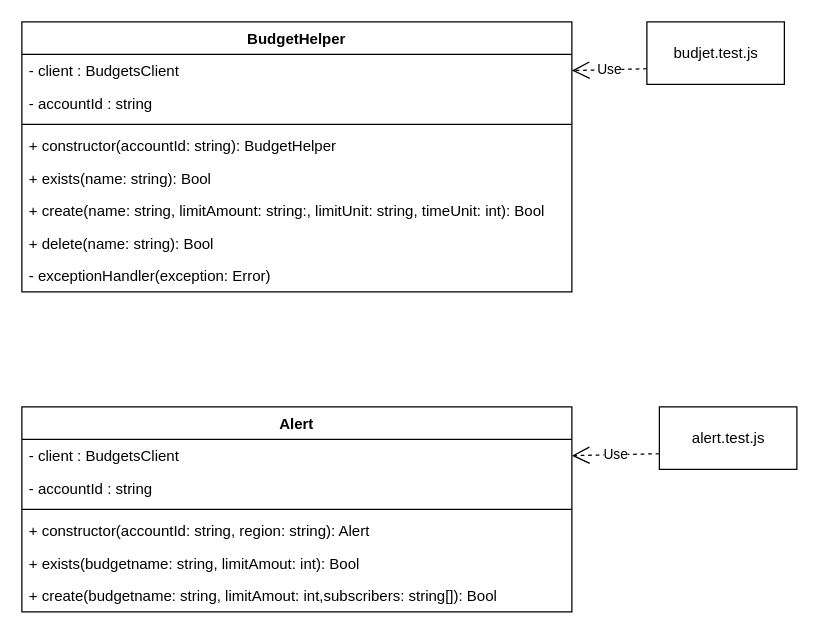
Earlier version of the draw.io diagram doc/class_diagram.drawio (NicolasGlassey/VIR1-COST). Source tidied: cells renumbered, new cells numbered last; positions are measured from the earlier drawing's top-left corner, leaving out a move shared by most shapes. Both pictures are drawn from the tidied source at 125%, with x=0, y=0 at pixel (21, 21).
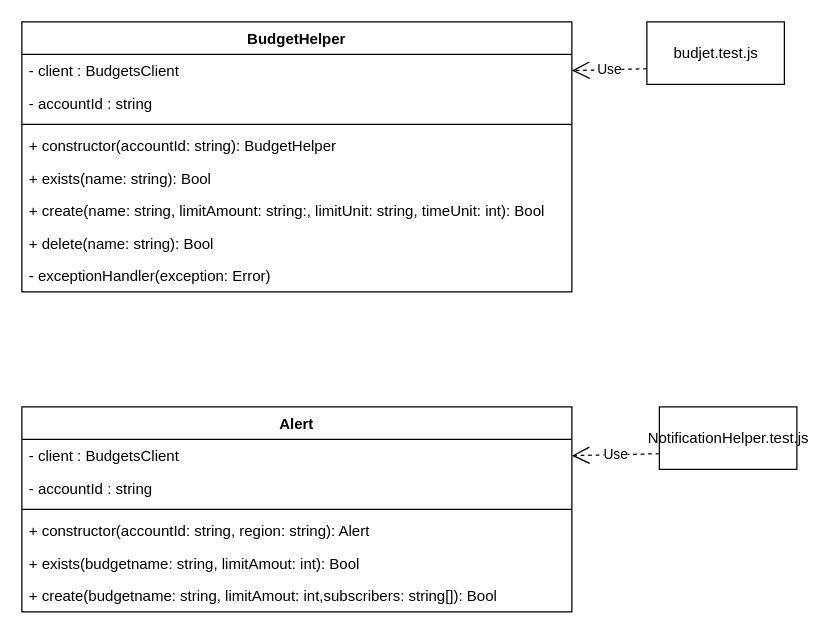
The same page after the edit.

Commit message (it also covers changes not shown here):
rename Alert to NotifiactionHelper

The edit, as a diff of the source:
```diff
@@
-    <mxCell id="20" value="alert.test.js" style="html=1;" parent="1" vertex="1">
+    <mxCell id="20" value="NotificationHelper.test.js" style="html=1;" parent="1" vertex="1">
       <mxGeometry x="510" y="308" width="110" height="50" as="geometry" />
     </mxCell>
```
